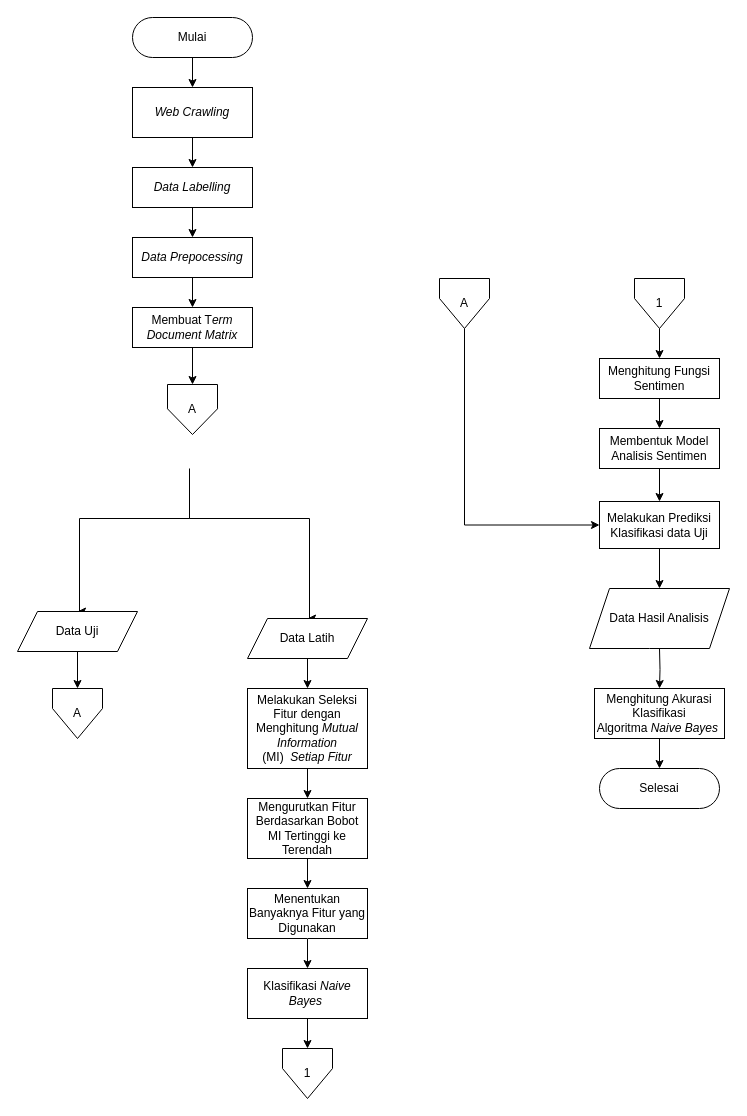
The draw.io diagram Untitled Diagram.drawio in zelinabella/Analisis-Indeks-Pembangunan-Manusia-Jawa-Timur-Tahun-2019, before the edit. Source tidied: cells renumbered, new cells numbered last; positions are measured from the earlier drawing's top-left corner, leaving out a move shared by most shapes. Both pictures are drawn from the tidied source at 100%, with x=0, y=0 at pixel (17, 17).
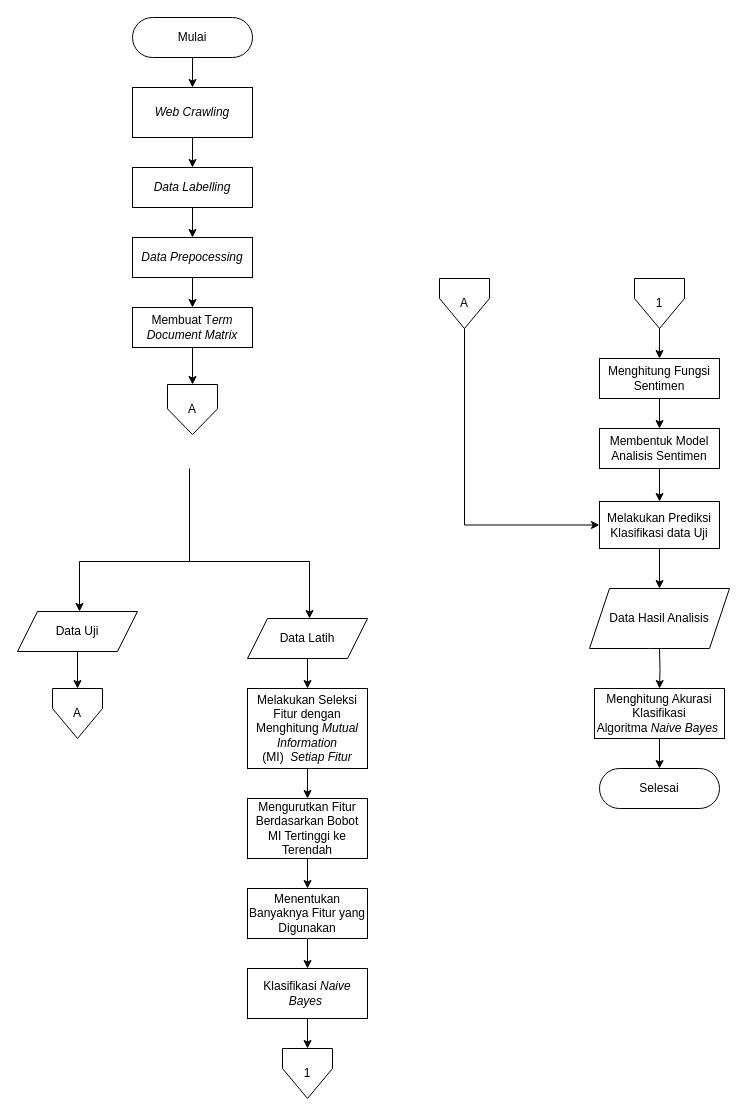
After the change.

The change refers to these unchanged cells:
```xml
<mxCell id="40" value="Data Uji" style="shape=parallelogram;perimeter=parallelogramPerimeter;whiteSpace=wrap;html=1;fixedSize=1;" parent="1" vertex="1">
  <mxGeometry y="594" width="120" height="40" as="geometry" />
</mxCell>
<mxCell id="41" value="Data Latih" style="shape=parallelogram;perimeter=parallelogramPerimeter;whiteSpace=wrap;html=1;fixedSize=1;" parent="1" vertex="1">
  <mxGeometry x="230" y="601" width="120" height="40" as="geometry" />
</mxCell>
```

The edit, as a diff of the source:
```diff
@@
-    <mxCell id="7" style="edgeStyle=segmentEdgeStyle;endArrow=classic;html=1;rounded=0;entryX=0.5;entryY=0;entryDx=0;entryDy=0;" parent="1" edge="1" target="40">
+    <mxCell id="7" style="edgeStyle=segmentEdgeStyle;endArrow=classic;html=1;rounded=0;" parent="1" edge="1" target="40">
       <mxGeometry relative="1" as="geometry">
         <mxPoint x="172" y="451" as="sourcePoint" />
         <Array as="points">
-          <mxPoint x="172" y="501" />
-          <mxPoint x="62" y="501" />
+          <mxPoint x="172" y="544" />
+          <mxPoint x="62" y="544" />
         </Array>
       </mxGeometry>
     </mxCell>
-    <mxCell id="8" style="edgeStyle=segmentEdgeStyle;endArrow=classic;html=1;rounded=0;entryX=0.5;entryY=0;entryDx=0;entryDy=0;" parent="1" edge="1" target="41">
+    <mxCell id="8" style="edgeStyle=segmentEdgeStyle;endArrow=classic;html=1;rounded=0;" parent="1" edge="1" target="41">
       <mxGeometry relative="1" as="geometry">
         <mxPoint x="172" y="458" as="sourcePoint" />
         <Array as="points">
-          <mxPoint x="172" y="501" />
-          <mxPoint x="292" y="501" />
-          <mxPoint x="292" y="601" />
+          <mxPoint x="172" y="544" />
+          <mxPoint x="292" y="544" />
         </Array>
       </mxGeometry>
     </mxCell>
```
